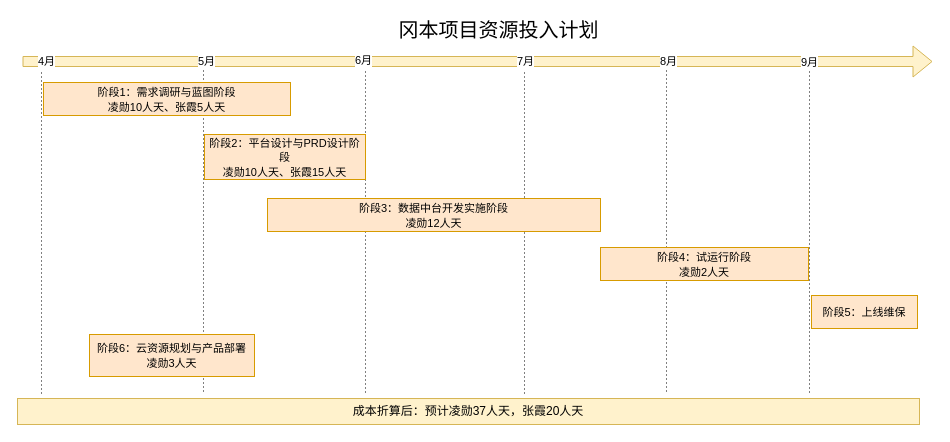
This is 冈本项目工作计划.drawio from zzyzz11/zyz, a draw.io file, before an edit. Source tidied: cells renumbered, new cells numbered last; positions are measured from the earlier drawing's top-left corner, leaving out a move shared by most shapes. Both pictures are drawn from the tidied source at 100%, with x=0, y=0 at pixel (17, 19).
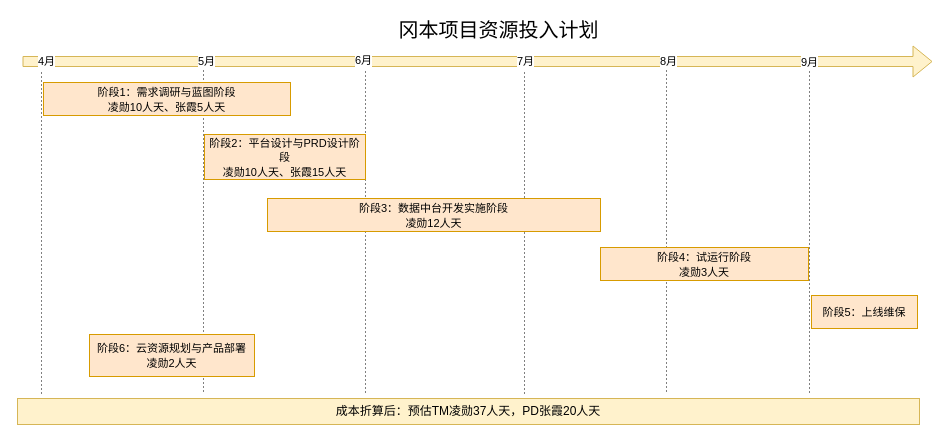
Above is the later version.

Commit message:
更新冈本项目工作计划.drawio

The edit, as a diff of the source:
```diff
@@
-    <mxCell id="18" value="&lt;font style=&quot;font-size: 11px&quot;&gt;阶段4：试运行阶段&lt;br&gt;凌勋2人天&lt;br&gt;&lt;/font&gt;" style="rounded=0;whiteSpace=wrap;html=1;strokeColor=#d79b00;fillColor=#ffe6cc;" parent="1" vertex="1">
+    <mxCell id="18" value="&lt;font style=&quot;font-size: 11px&quot;&gt;阶段4：试运行阶段&lt;br&gt;凌勋3人天&lt;br&gt;&lt;/font&gt;" style="rounded=0;whiteSpace=wrap;html=1;strokeColor=#d79b00;fillColor=#ffe6cc;" parent="1" vertex="1">
       <mxGeometry x="583" y="228" width="208" height="33" as="geometry" />
     </mxCell>
@@
-    <mxCell id="20" value="&lt;font style=&quot;font-size: 11px&quot;&gt;阶段6：云资源规划与产品部署&lt;br&gt;凌勋3人天&lt;br&gt;&lt;/font&gt;" style="rounded=0;whiteSpace=wrap;html=1;strokeColor=#d79b00;fillColor=#ffe6cc;" parent="1" vertex="1">
+    <mxCell id="20" value="&lt;font style=&quot;font-size: 11px&quot;&gt;阶段6：云资源规划与产品部署&lt;br&gt;凌勋2人天&lt;br&gt;&lt;/font&gt;" style="rounded=0;whiteSpace=wrap;html=1;strokeColor=#d79b00;fillColor=#ffe6cc;" parent="1" vertex="1">
       <mxGeometry x="72" y="315" width="165" height="42" as="geometry" />
     </mxCell>
-    <mxCell id="21" value="成本折算后：预计凌勋37人天，张霞20人天" style="rounded=0;whiteSpace=wrap;html=1;fillColor=#fff2cc;strokeColor=#d6b656;" parent="1" vertex="1">
+    <mxCell id="21" value="成本折算后：预估TM凌勋37人天，PD张霞20人天" style="rounded=0;whiteSpace=wrap;html=1;fillColor=#fff2cc;strokeColor=#d6b656;" parent="1" vertex="1">
       <mxGeometry y="379" width="902" height="26" as="geometry" />
     </mxCell>
```
